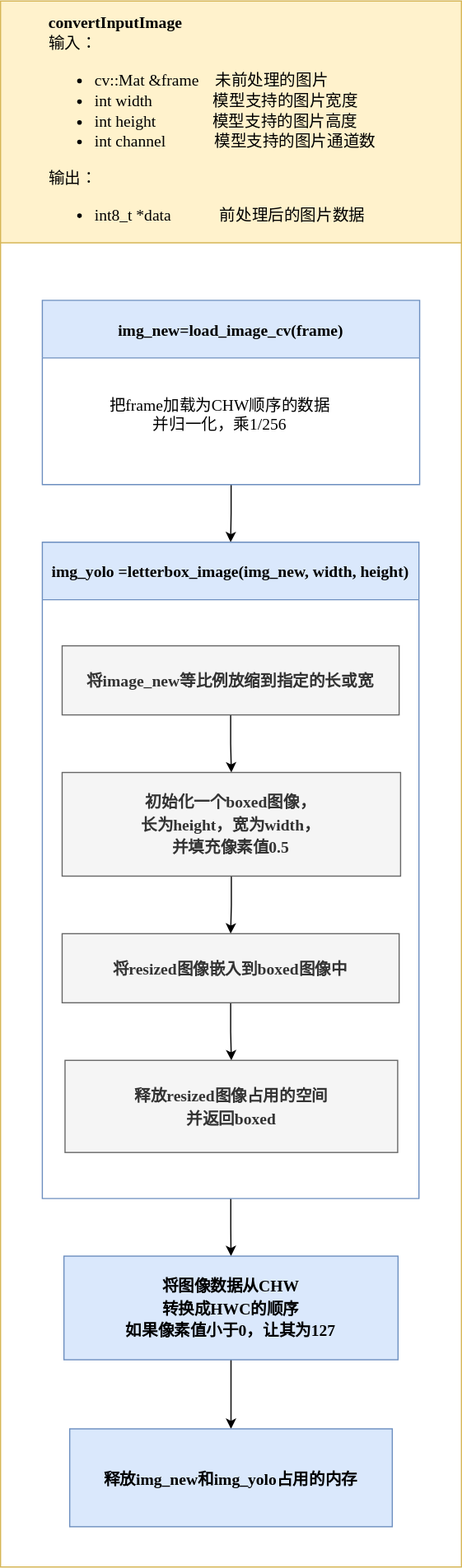
Before: convertInputImage.svg, a diagram exported from draw.io (jerly-hjzhou/flowchart). Source tidied: cells renumbered, new cells last; positions are measured from the earlier drawing's top-left corner, leaving out a move shared by most shapes.
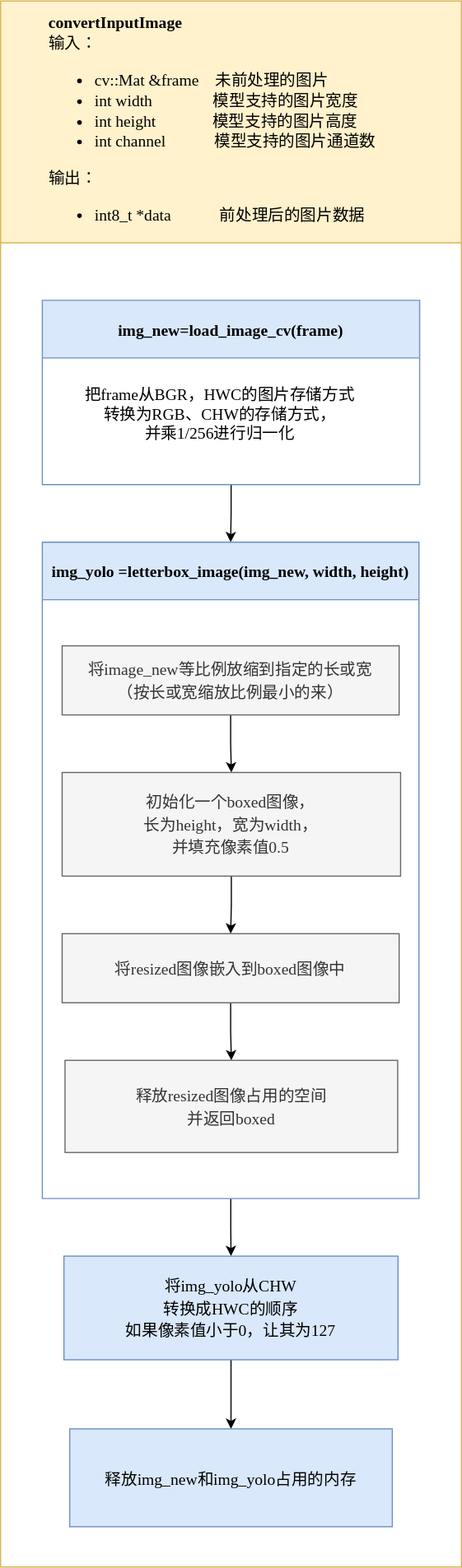
The same diagram one commit later.

Change to the diagram source:
```diff
@@ -11,8 +11,8 @@
     <mxCell id="4" value="img_new=load_image_cv(frame)" style="swimlane;fontFamily=Times New Roman;fontSize=14;startSize=50;fillColor=#dae8fc;strokeColor=#6c8ebf;" parent="2" vertex="1">
       <mxGeometry x="36.2" y="260" width="327.5" height="160" as="geometry" />
     </mxCell>
-    <mxCell id="5" value="&lt;font face=&quot;Times New Roman&quot; style=&quot;font-size: 14px;&quot;&gt;把frame加载为CHW顺序的数据&lt;br&gt;并归一化，乘1/256&lt;/font&gt;" style="text;html=1;align=center;verticalAlign=middle;strokeColor=none;fillColor=none;" parent="4" vertex="1">
-      <mxGeometry x="48.8" y="75" width="210" height="50" as="geometry" />
+    <mxCell id="5" value="&lt;font face=&quot;Times New Roman&quot;&gt;&lt;span style=&quot;font-size: 14px;&quot;&gt;把frame从BGR，HWC的图片存储方式&lt;br&gt;转换为RGB、CHW的存储方式，&lt;br&gt;并乘1/256进行归一化&lt;/span&gt;&lt;/font&gt;" style="text;html=1;align=center;verticalAlign=middle;strokeColor=none;fillColor=none;" parent="4" vertex="1">
+      <mxGeometry x="23.8" y="70" width="260" height="60" as="geometry" />
     </mxCell>
     <mxCell id="6" value="&lt;div style=&quot;font-size: 14px;&quot;&gt;&lt;font style=&quot;font-size: 14px;&quot; face=&quot;Times New Roman&quot;&gt;&lt;b style=&quot;&quot;&gt;convertInputImage&lt;/b&gt;&lt;/font&gt;&lt;/div&gt;&lt;div style=&quot;font-size: 14px;&quot;&gt;&lt;font style=&quot;font-size: 14px;&quot; face=&quot;Times New Roman&quot;&gt;输入：&lt;/font&gt;&lt;/div&gt;&lt;div style=&quot;font-size: 14px;&quot;&gt;&lt;ul style=&quot;&quot;&gt;&lt;li&gt;&lt;font style=&quot;font-size: 14px;&quot; face=&quot;Times New Roman&quot;&gt;cv::Mat &amp;amp;frame&amp;nbsp; &amp;nbsp; 未前处理的图片&lt;/font&gt;&lt;/li&gt;&lt;li&gt;&lt;font style=&quot;font-size: 14px;&quot; face=&quot;Times New Roman&quot;&gt;int width&amp;nbsp; &amp;nbsp; &amp;nbsp; &amp;nbsp; &amp;nbsp; &amp;nbsp; &amp;nbsp; &amp;nbsp;模型支持的图片宽度&lt;/font&gt;&lt;/li&gt;&lt;li&gt;&lt;font style=&quot;font-size: 14px;&quot;&gt;&lt;font style=&quot;font-size: 14px;&quot; face=&quot;Times New Roman&quot;&gt;int height&amp;nbsp; &amp;nbsp; &amp;nbsp; &amp;nbsp; &amp;nbsp; &amp;nbsp; &amp;nbsp;&amp;nbsp;&lt;/font&gt;模型支持的图片高度&lt;/font&gt;&lt;/li&gt;&lt;li&gt;&lt;font style=&quot;font-size: 14px;&quot;&gt;&lt;font style=&quot;font-size: 14px;&quot; face=&quot;Times New Roman&quot;&gt;int channel&amp;nbsp; &amp;nbsp; &amp;nbsp; &amp;nbsp; &amp;nbsp; &amp;nbsp; &lt;/font&gt;模型支持的图片通道数&lt;/font&gt;&lt;/li&gt;&lt;/ul&gt;&lt;div style=&quot;&quot;&gt;&lt;font style=&quot;font-size: 14px;&quot; face=&quot;Times New Roman&quot;&gt;输出：&lt;/font&gt;&lt;/div&gt;&lt;div style=&quot;&quot;&gt;&lt;ul style=&quot;&quot;&gt;&lt;li style=&quot;&quot;&gt;&lt;font style=&quot;font-size: 14px;&quot; face=&quot;Times New Roman&quot;&gt;int8_t *data&amp;nbsp; &amp;nbsp; &amp;nbsp; &amp;nbsp; &amp;nbsp; &amp;nbsp; 前处理后的图片数据&lt;/font&gt;&lt;/li&gt;&lt;/ul&gt;&lt;/div&gt;&lt;/div&gt;" style="text;html=1;strokeColor=none;fillColor=none;align=left;verticalAlign=middle;whiteSpace=wrap;rounded=0;" parent="2" vertex="1">
       <mxGeometry x="40" y="20" width="300" height="180" as="geometry" />
@@ -26,31 +26,31 @@
     <mxCell id="9" style="edgeStyle=orthogonalEdgeStyle;rounded=0;jettySize=auto;html=1;" parent="8" edge="1" source="10" target="12">
       <mxGeometry relative="1" as="geometry" />
     </mxCell>
-    <mxCell id="10" value="&lt;font style=&quot;font-size: 14px;&quot;&gt;将image_new等比例放缩到指定的长或宽&lt;/font&gt;" style="whiteSpace=wrap;html=1;fontSize=16;fontFamily=Times New Roman;fillColor=#f5f5f5;strokeColor=#666666;fontStyle=1;startSize=50;fontColor=#333333;" parent="8" vertex="1">
+    <mxCell id="10" value="&lt;font style=&quot;font-size: 14px;&quot;&gt;&lt;span style=&quot;font-weight: normal;&quot;&gt;将image_new等比例放缩到指定的长或宽&lt;br&gt;（按长或宽缩放比例最小的来）&lt;/span&gt;&lt;br&gt;&lt;/font&gt;" style="whiteSpace=wrap;html=1;fontSize=16;fontFamily=Times New Roman;fillColor=#f5f5f5;strokeColor=#666666;fontStyle=1;startSize=50;fontColor=#333333;" parent="8" vertex="1">
       <mxGeometry x="17.2" y="90" width="292.5" height="60" as="geometry" />
     </mxCell>
     <mxCell id="11" style="edgeStyle=orthogonalEdgeStyle;rounded=0;jettySize=auto;html=1;" parent="8" edge="1" source="12" target="14">
       <mxGeometry relative="1" as="geometry" />
     </mxCell>
-    <mxCell id="12" value="&lt;font style=&quot;font-size: 14px;&quot;&gt;初始化一个boxed图像，&lt;br&gt;长为height，宽为width，&lt;br&gt;并填充像素值0.5&lt;/font&gt;" style="whiteSpace=wrap;html=1;fontSize=16;fontFamily=Times New Roman;fillColor=#f5f5f5;strokeColor=#666666;fontStyle=1;startSize=50;fontColor=#333333;" parent="8" vertex="1">
+    <mxCell id="12" value="&lt;font style=&quot;font-size: 14px; font-weight: normal;&quot;&gt;初始化一个boxed图像，&lt;br&gt;长为height，宽为width，&lt;br&gt;并填充像素值0.5&lt;/font&gt;" style="whiteSpace=wrap;html=1;fontSize=16;fontFamily=Times New Roman;fillColor=#f5f5f5;strokeColor=#666666;fontStyle=1;startSize=50;fontColor=#333333;" parent="8" vertex="1">
       <mxGeometry x="17.2" y="200" width="293.8" height="90" as="geometry" />
     </mxCell>
     <mxCell id="13" style="edgeStyle=orthogonalEdgeStyle;rounded=0;jettySize=auto;html=1;" parent="8" edge="1" source="14" target="15">
       <mxGeometry relative="1" as="geometry" />
     </mxCell>
-    <mxCell id="14" value="&lt;font style=&quot;font-size: 14px;&quot;&gt;将resized图像嵌入到boxed图像中&lt;/font&gt;" style="whiteSpace=wrap;html=1;fontSize=16;fontFamily=Times New Roman;fillColor=#f5f5f5;strokeColor=#666666;fontStyle=1;startSize=50;fontColor=#333333;" parent="8" vertex="1">
+    <mxCell id="14" value="&lt;font style=&quot;font-size: 14px; font-weight: normal;&quot;&gt;将resized图像嵌入到boxed图像中&lt;/font&gt;" style="whiteSpace=wrap;html=1;fontSize=16;fontFamily=Times New Roman;fillColor=#f5f5f5;strokeColor=#666666;fontStyle=1;startSize=50;fontColor=#333333;" parent="8" vertex="1">
       <mxGeometry x="17.2" y="340" width="292.5" height="60" as="geometry" />
     </mxCell>
-    <mxCell id="15" value="&lt;font style=&quot;font-size: 14px;&quot;&gt;释放resized图像占用的空间&lt;br&gt;并返回boxed&lt;/font&gt;" style="whiteSpace=wrap;html=1;fontSize=16;fontFamily=Times New Roman;fillColor=#f5f5f5;strokeColor=#666666;fontStyle=1;startSize=50;fontColor=#333333;" parent="8" vertex="1">
+    <mxCell id="15" value="&lt;font style=&quot;font-size: 14px; font-weight: normal;&quot;&gt;释放resized图像占用的空间&lt;br&gt;并返回boxed&lt;/font&gt;" style="whiteSpace=wrap;html=1;fontSize=16;fontFamily=Times New Roman;fillColor=#f5f5f5;strokeColor=#666666;fontStyle=1;startSize=50;fontColor=#333333;" parent="8" vertex="1">
       <mxGeometry x="19.7" y="450" width="288.7" height="80" as="geometry" />
     </mxCell>
     <mxCell id="16" style="edgeStyle=orthogonalEdgeStyle;rounded=0;jettySize=auto;html=1;" parent="2" edge="1" source="17" target="18">
       <mxGeometry relative="1" as="geometry" />
     </mxCell>
-    <mxCell id="17" value="&lt;font style=&quot;font-size: 14px;&quot;&gt;将图像数据从CHW&lt;br&gt;转换成HWC的顺序&lt;br&gt;如果像素值小于0，让其为127&lt;/font&gt;" style="whiteSpace=wrap;html=1;fontSize=16;fontFamily=Times New Roman;fillColor=#dae8fc;strokeColor=#6c8ebf;fontStyle=1;startSize=50;" parent="2" vertex="1">
+    <mxCell id="17" value="&lt;font style=&quot;font-size: 14px; font-weight: normal;&quot;&gt;将img_yolo从CHW&lt;br&gt;转换成HWC的顺序&lt;br&gt;如果像素值小于0，让其为127&lt;/font&gt;" style="whiteSpace=wrap;html=1;fontSize=16;fontFamily=Times New Roman;fillColor=#dae8fc;strokeColor=#6c8ebf;fontStyle=1;startSize=50;" parent="2" vertex="1">
       <mxGeometry x="55" y="1090" width="290" height="90" as="geometry" />
     </mxCell>
-    <mxCell id="18" value="&lt;font style=&quot;font-size: 14px;&quot;&gt;释放img_new和img_yolo占用的内存&lt;/font&gt;" style="whiteSpace=wrap;html=1;fontSize=16;fontFamily=Times New Roman;fillColor=#dae8fc;strokeColor=#6c8ebf;fontStyle=1;startSize=50;" parent="2" vertex="1">
+    <mxCell id="18" value="&lt;font style=&quot;font-size: 14px; font-weight: normal;&quot;&gt;释放img_new和img_yolo占用的内存&lt;/font&gt;" style="whiteSpace=wrap;html=1;fontSize=16;fontFamily=Times New Roman;fillColor=#dae8fc;strokeColor=#6c8ebf;fontStyle=1;startSize=50;" parent="2" vertex="1">
       <mxGeometry x="60" y="1240" width="280" height="85" as="geometry" />
     </mxCell>
   </root>
```
